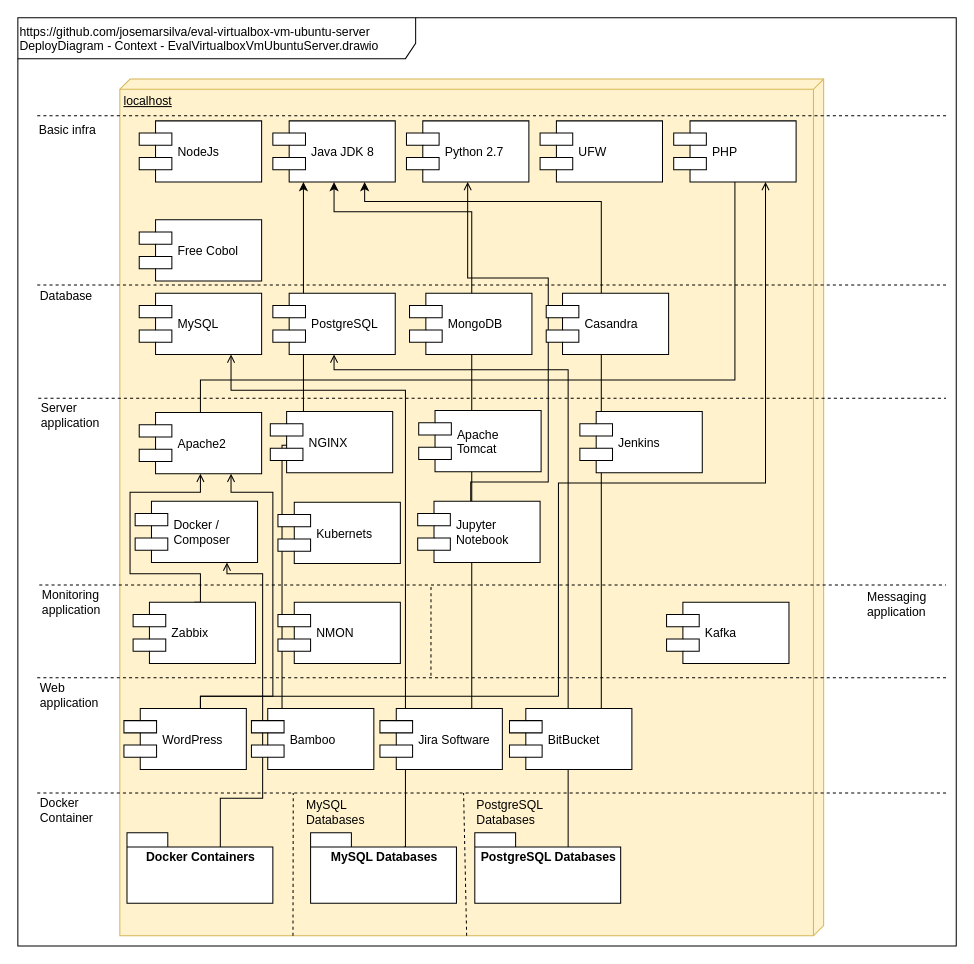
Above: doc/images/DeployDiagram - Context - EvalVirtualboxVmUbuntuServer.drawio in josemarsilva/eval-virtualbox-vm-ubuntu-server (draw.io), before the change. Source tidied: cells renumbered, new cells numbered last; positions are measured from the earlier drawing's top-left corner, leaving out a move shared by most shapes. Both pictures are drawn from the tidied source at 102%, with x=0, y=0 at pixel (17, 17).
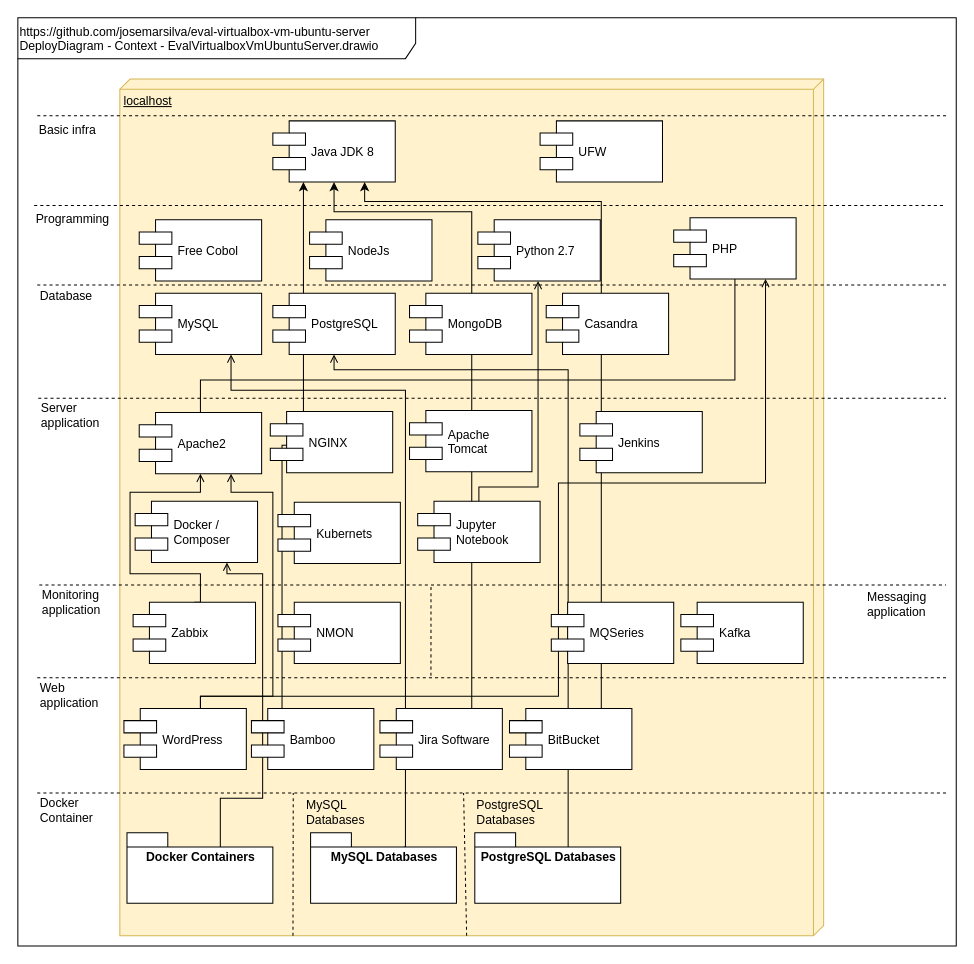
The same diagram, later.

The change refers to these unchanged cells:
```xml
<mxCell id="32" value="Jupyter &#10;Notebook" style="shape=component;align=left;spacingLeft=36;" parent="1" vertex="1">
  <mxGeometry x="392" y="474" width="120" height="60" as="geometry" />
</mxCell>
```

The edit, as a diff of the source:
```diff
@@
     <mxCell id="6" value="NodeJs" style="shape=component;align=left;spacingLeft=36;" parent="1" vertex="1">
-      <mxGeometry x="119" y="101" width="120" height="60" as="geometry" />
+      <mxGeometry x="286" y="198" width="120" height="60" as="geometry" />
     </mxCell>
@@
     <mxCell id="10" value="Python 2.7" style="shape=component;align=left;spacingLeft=36;" parent="1" vertex="1">
-      <mxGeometry x="381" y="101" width="120" height="60" as="geometry" />
+      <mxGeometry x="451" y="198" width="120" height="60" as="geometry" />
     </mxCell>
@@
     <mxCell id="21" value="PHP" style="shape=component;align=left;spacingLeft=36;" parent="1" vertex="1">
-      <mxGeometry x="643" y="101" width="120" height="60" as="geometry" />
+      <mxGeometry x="643" y="196" width="120" height="60" as="geometry" />
     </mxCell>
     <mxCell id="22" value="Apache &#10;Tomcat" style="shape=component;align=left;spacingLeft=36;" parent="1" vertex="1">
-      <mxGeometry x="393" y="385" width="120" height="60" as="geometry" />
+      <mxGeometry x="384" y="385" width="120" height="60" as="geometry" />
     </mxCell>
@@
-    <mxCell id="31" style="edgeStyle=orthogonalEdgeStyle;rounded=0;jettySize=auto;html=1;endArrow=open;endFill=0;entryX=0.5;entryY=1;entryDx=0;entryDy=0;" parent="1" edge="1" source="32" target="10">
+    <mxCell id="31" style="rounded=0;jettySize=auto;html=1;endArrow=open;endFill=0;edgeStyle=orthogonalEdgeStyle;" parent="1" edge="1" source="32" target="10">
       <mxGeometry relative="1" as="geometry">
         <Array as="points">
-          <mxPoint x="444" y="455" />
-          <mxPoint x="520" y="455" />
-          <mxPoint x="520" y="255" />
-          <mxPoint x="441" y="255" />
+          <mxPoint x="452" y="460" />
+          <mxPoint x="510" y="460" />
         </Array>
       </mxGeometry>
     </mxCell>
@@
     <mxCell id="35" value="Kafka" style="shape=component;align=left;spacingLeft=36;" parent="1" vertex="1">
-      <mxGeometry x="636" y="573" width="120" height="60" as="geometry" />
+      <mxGeometry x="650" y="573" width="120" height="60" as="geometry" />
     </mxCell>
@@
+    <mxCell id="60" style="line;strokeWidth=1;fillColor=none;align=left;verticalAlign=middle;spacingTop=-1;spacingLeft=3;spacingRight=3;labelPosition=right;dashed=1;" parent="1" vertex="1">
+      <mxGeometry x="16" y="180" width="891" height="8" as="geometry" />
+    </mxCell>
+    <mxCell id="61" value="Programming" style="text;html=1;align=left;verticalAlign=middle;fillColor=none;strokeColor=none;rounded=0;dashed=1;" parent="1" vertex="1">
+      <mxGeometry x="16" y="188" width="90" height="20" as="geometry" />
+    </mxCell>
+    <mxCell id="62" value="MQSeries" style="shape=component;align=left;spacingLeft=36;" parent="1" vertex="1">
+      <mxGeometry x="523" y="573" width="120" height="60" as="geometry" />
+    </mxCell>
```
